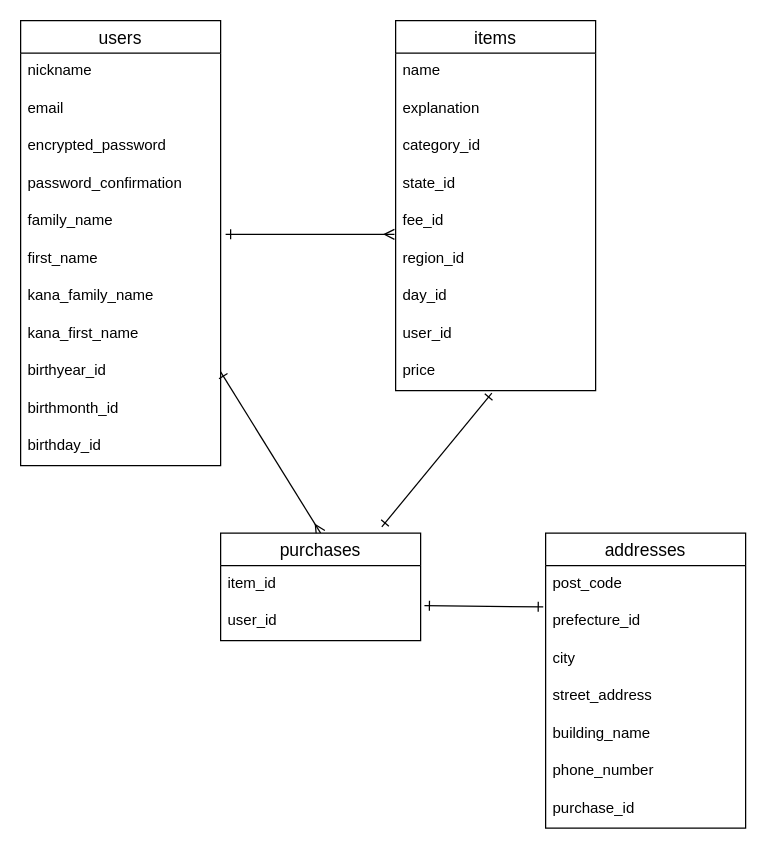
Earlier version of the draw.io diagram ER.dio (teshio0512/furima-41339). Source tidied: cells renumbered, new cells numbered last; positions are measured from the earlier drawing's top-left corner, leaving out a move shared by most shapes. Both pictures are drawn from the tidied source at 125%, with x=0, y=0 at pixel (20, 20).
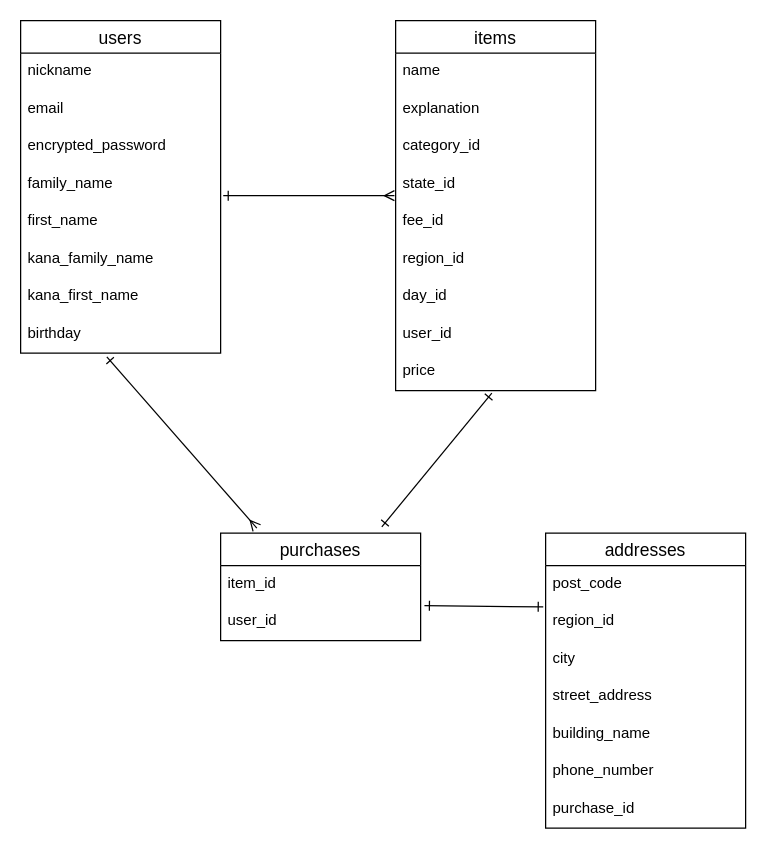
After the change.

Commit message (it also covers changes not shown here):
ER図とREADMEの修正ver3

Unchanged cells that the change refers to:
```xml
<mxCell id="18" value="state_id" style="text;strokeColor=none;fillColor=none;spacingLeft=4;spacingRight=4;overflow=hidden;points=[[0,0.5],[1,0.5]];portConstraint=eastwest;fontSize=12;" parent="14" vertex="1">
  <mxGeometry y="116" width="160" height="30" as="geometry" />
</mxCell>
<mxCell id="19" value="fee_id" style="text;strokeColor=none;fillColor=none;spacingLeft=4;spacingRight=4;overflow=hidden;points=[[0,0.5],[1,0.5]];portConstraint=eastwest;fontSize=12;" parent="14" vertex="1">
  <mxGeometry y="146" width="160" height="30" as="geometry" />
</mxCell>
<mxCell id="26" value="purchases" style="swimlane;fontStyle=0;horizontal=1;startSize=26;align=center;fontSize=14;" parent="1" vertex="1">
  <mxGeometry x="160" y="410" width="160" height="86" as="geometry" />
</mxCell>
<mxCell id="31" value="addresses" style="swimlane;fontStyle=0;horizontal=1;startSize=26;align=center;fontSize=14;" parent="1" vertex="1">
  <mxGeometry x="420" y="410" width="160" height="236" as="geometry" />
</mxCell>
```

What changed in the source:
```diff
@@
     <mxCell id="2" value="users" style="swimlane;fontStyle=0;horizontal=1;startSize=26;align=center;fontSize=14;" parent="1" vertex="1">
-      <mxGeometry width="160" height="356" as="geometry" />
+      <mxGeometry width="160" height="266" as="geometry" />
     </mxCell>
@@
-    <mxCell id="6" value="password_confirmation" style="text;strokeColor=none;fillColor=none;spacingLeft=4;spacingRight=4;overflow=hidden;fontSize=12;" parent="2" vertex="1">
-      <mxGeometry y="116" width="160" height="30" as="geometry" />
-    </mxCell>
     <mxCell id="7" value="family_name" style="text;strokeColor=none;fillColor=none;spacingLeft=4;spacingRight=4;overflow=hidden;points=[[0,0.5],[1,0.5]];portConstraint=eastwest;fontSize=12;" parent="2" vertex="1">
-      <mxGeometry y="146" width="160" height="30" as="geometry" />
+      <mxGeometry y="116" width="160" height="30" as="geometry" />
     </mxCell>
     <mxCell id="8" value="first_name" style="text;strokeColor=none;fillColor=none;spacingLeft=4;spacingRight=4;overflow=hidden;fontSize=12;" parent="2" vertex="1">
-      <mxGeometry y="176" width="160" height="30" as="geometry" />
+      <mxGeometry y="146" width="160" height="30" as="geometry" />
     </mxCell>
     <mxCell id="9" value="kana_family_name" style="text;strokeColor=none;fillColor=none;spacingLeft=4;spacingRight=4;overflow=hidden;fontSize=12;" parent="2" vertex="1">
-      <mxGeometry y="206" width="160" height="30" as="geometry" />
+      <mxGeometry y="176" width="160" height="30" as="geometry" />
     </mxCell>
     <mxCell id="10" value="kana_first_name" style="text;strokeColor=none;fillColor=none;spacingLeft=4;spacingRight=4;overflow=hidden;fontSize=12;" parent="2" vertex="1">
-      <mxGeometry y="236" width="160" height="30" as="geometry" />
+      <mxGeometry y="206" width="160" height="30" as="geometry" />
     </mxCell>
-    <mxCell id="11" value="birthyear_id" style="text;strokeColor=none;fillColor=none;spacingLeft=4;spacingRight=4;overflow=hidden;points=[[0,0.5],[1,0.5]];portConstraint=eastwest;fontSize=12;" parent="2" vertex="1">
-      <mxGeometry y="266" width="160" height="30" as="geometry" />
-    </mxCell>
-    <mxCell id="12" value="birthmonth_id" style="text;strokeColor=none;fillColor=none;spacingLeft=4;spacingRight=4;overflow=hidden;fontSize=12;" parent="2" vertex="1">
-      <mxGeometry y="296" width="160" height="30" as="geometry" />
-    </mxCell>
-    <mxCell id="13" value="birthday_id" style="text;strokeColor=none;fillColor=none;spacingLeft=4;spacingRight=4;overflow=hidden;points=[[0,0.5],[1,0.5]];portConstraint=eastwest;fontSize=12;" parent="2" vertex="1">
-      <mxGeometry y="326" width="160" height="30" as="geometry" />
+    <mxCell id="13" value="birthday" style="text;strokeColor=none;fillColor=none;spacingLeft=4;spacingRight=4;overflow=hidden;points=[[0,0.5],[1,0.5]];portConstraint=eastwest;fontSize=12;" parent="2" vertex="1">
+      <mxGeometry y="236" width="160" height="30" as="geometry" />
     </mxCell>
@@
-    <mxCell id="24" style="edgeStyle=none;html=1;entryX=1.025;entryY=0.833;entryDx=0;entryDy=0;startArrow=ERmany;startFill=0;targetPerimeterSpacing=0;endArrow=ERone;endFill=0;entryPerimeter=0;exitX=-0.006;exitY=0.833;exitDx=0;exitDy=0;exitPerimeter=0;" parent="1" edge="1" source="19" target="7">
+    <mxCell id="24" style="edgeStyle=none;html=1;entryX=1.013;entryY=0.8;entryDx=0;entryDy=0;startArrow=ERmany;startFill=0;targetPerimeterSpacing=0;endArrow=ERone;endFill=0;entryPerimeter=0;exitX=-0.006;exitY=0.8;exitDx=0;exitDy=0;exitPerimeter=0;" parent="1" edge="1" source="18" target="7">
       <mxGeometry relative="1" as="geometry" />
     </mxCell>
-    <mxCell id="25" style="edgeStyle=none;html=1;exitX=0.5;exitY=0;exitDx=0;exitDy=0;startArrow=ERmany;startFill=0;endArrow=ERone;endFill=0;targetPerimeterSpacing=0;entryX=1;entryY=0.5;entryDx=0;entryDy=0;" parent="1" edge="1" source="26" target="11">
+    <mxCell id="25" style="edgeStyle=none;html=1;exitX=0.181;exitY=-0.047;exitDx=0;exitDy=0;startArrow=ERmany;startFill=0;endArrow=ERone;endFill=0;targetPerimeterSpacing=0;entryX=0.431;entryY=1.1;entryDx=0;entryDy=0;entryPerimeter=0;exitPerimeter=0;" parent="1" edge="1" source="26" target="13">
       <mxGeometry relative="1" as="geometry" />
     </mxCell>
@@
-    <mxCell id="33" value="prefecture_id" style="text;strokeColor=none;fillColor=none;spacingLeft=4;spacingRight=4;overflow=hidden;points=[[0,0.5],[1,0.5]];portConstraint=eastwest;fontSize=12;" parent="31" vertex="1">
+    <mxCell id="33" value="region_id" style="text;strokeColor=none;fillColor=none;spacingLeft=4;spacingRight=4;overflow=hidden;points=[[0,0.5],[1,0.5]];portConstraint=eastwest;fontSize=12;" parent="31" vertex="1">
       <mxGeometry y="56" width="160" height="30" as="geometry" />
     </mxCell>
```
